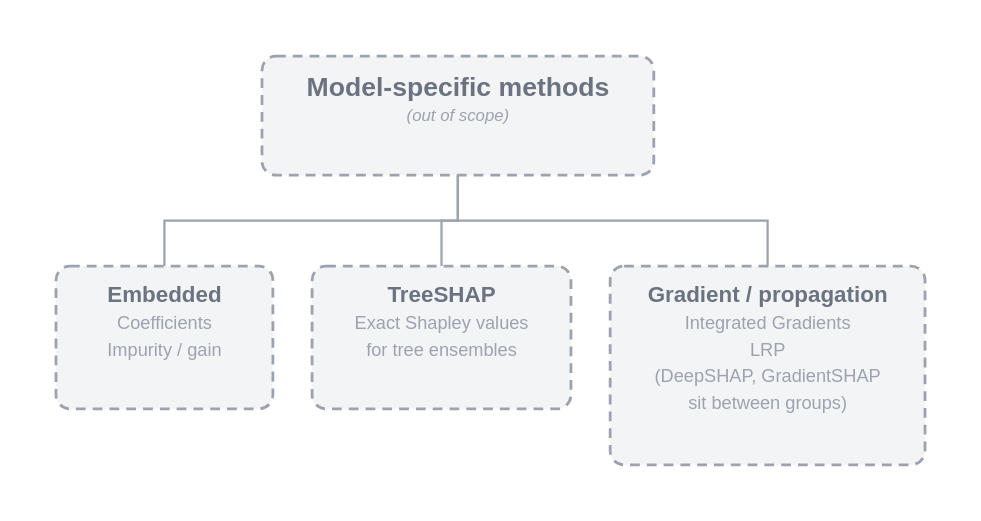
The draw.io diagram posts/explaining-black-box-predictions/diagrams/taxonomy_model_specific.drawio.svg in DMLF1/blog, before a commit. Source tidied: cells renumbered, new cells last; positions are measured from the earlier drawing's top-left corner, leaving out a move shared by most shapes. Its diagram source:
```xml
<mxGraphModel>
  <root>
    <mxCell id="0" />
    <mxCell id="1" parent="0" />
    <mxCell id="2" value="&lt;span style=&quot;font-size:19px;color:#6B7280;font-weight:bold;&quot;&gt;Model-specific methods&lt;/span&gt;&lt;br&gt;&lt;span style=&quot;font-size:12px;color:#9CA3AF;font-style:italic;&quot;&gt;(out of scope)&lt;/span&gt;" style="rounded=1;whiteSpace=wrap;html=1;fillColor=#F3F4F6;strokeColor=#9CA3AF;strokeWidth=2;dashed=1;dashPattern=7 5;" parent="1" vertex="1">
      <mxGeometry x="147" width="280" height="85" as="geometry" />
    </mxCell>
    <mxCell id="3" value="&lt;span style=&quot;font-size:16px;color:#6B7280;font-weight:bold;&quot;&gt;Embedded&lt;/span&gt;&lt;br&gt;&lt;span style=&quot;font-size:13px;color:#9CA3AF;&quot;&gt;Coefficients&lt;/span&gt;&lt;br&gt;&lt;span style=&quot;font-size:13px;color:#9CA3AF;&quot;&gt;Impurity / gain&lt;/span&gt;" style="rounded=1;whiteSpace=wrap;html=1;fillColor=#F3F4F6;strokeColor=#9CA3AF;strokeWidth=2;dashed=1;dashPattern=7 5;" parent="1" vertex="1">
      <mxGeometry y="150" width="155" height="102" as="geometry" />
    </mxCell>
    <mxCell id="4" value="&lt;span style=&quot;font-size:16px;color:#6B7280;font-weight:bold;&quot;&gt;TreeSHAP&lt;/span&gt;&lt;br&gt;&lt;span style=&quot;font-size:13px;color:#9CA3AF;&quot;&gt;Exact Shapley values&lt;/span&gt;&lt;br&gt;&lt;span style=&quot;font-size:13px;color:#9CA3AF;&quot;&gt;for tree ensembles&lt;/span&gt;" style="rounded=1;whiteSpace=wrap;html=1;fillColor=#F3F4F6;strokeColor=#9CA3AF;strokeWidth=2;dashed=1;dashPattern=7 5;" parent="1" vertex="1">
      <mxGeometry x="183" y="150" width="185" height="102" as="geometry" />
    </mxCell>
    <mxCell id="5" value="&lt;span style=&quot;font-size:16px;color:#6B7280;font-weight:bold;&quot;&gt;Gradient / propagation&lt;/span&gt;&lt;br&gt;&lt;span style=&quot;font-size:13px;color:#9CA3AF;&quot;&gt;Integrated Gradients&lt;/span&gt;&lt;br&gt;&lt;span style=&quot;font-size:13px;color:#9CA3AF;&quot;&gt;LRP&lt;/span&gt;&lt;br&gt;&lt;span style=&quot;font-size:13px;color:#9CA3AF;&quot;&gt;(DeepSHAP, GradientSHAP&lt;/span&gt;&lt;br&gt;&lt;span style=&quot;font-size:13px;color:#9CA3AF;&quot;&gt;sit between groups)&lt;/span&gt;" style="rounded=1;whiteSpace=wrap;html=1;fillColor=#F3F4F6;strokeColor=#9CA3AF;strokeWidth=2;dashed=1;dashPattern=7 5;" parent="1" vertex="1">
      <mxGeometry x="396" y="150" width="225" height="142" as="geometry" />
    </mxCell>
    <mxCell id="6" style="edgeStyle=orthogonalEdgeStyle;rounded=0;html=1;strokeColor=#9CA3AF;" parent="1" edge="1" source="2" target="3">
      <mxGeometry relative="1" as="geometry" />
    </mxCell>
    <mxCell id="7" style="edgeStyle=orthogonalEdgeStyle;rounded=0;html=1;strokeColor=#9CA3AF;" parent="1" edge="1" source="2" target="4">
      <mxGeometry relative="1" as="geometry" />
    </mxCell>
    <mxCell id="8" style="edgeStyle=orthogonalEdgeStyle;rounded=0;html=1;strokeColor=#9CA3AF;" parent="1" edge="1" source="2" target="5">
      <mxGeometry relative="1" as="geometry" />
    </mxCell>
  </root>
</mxGraphModel>
```
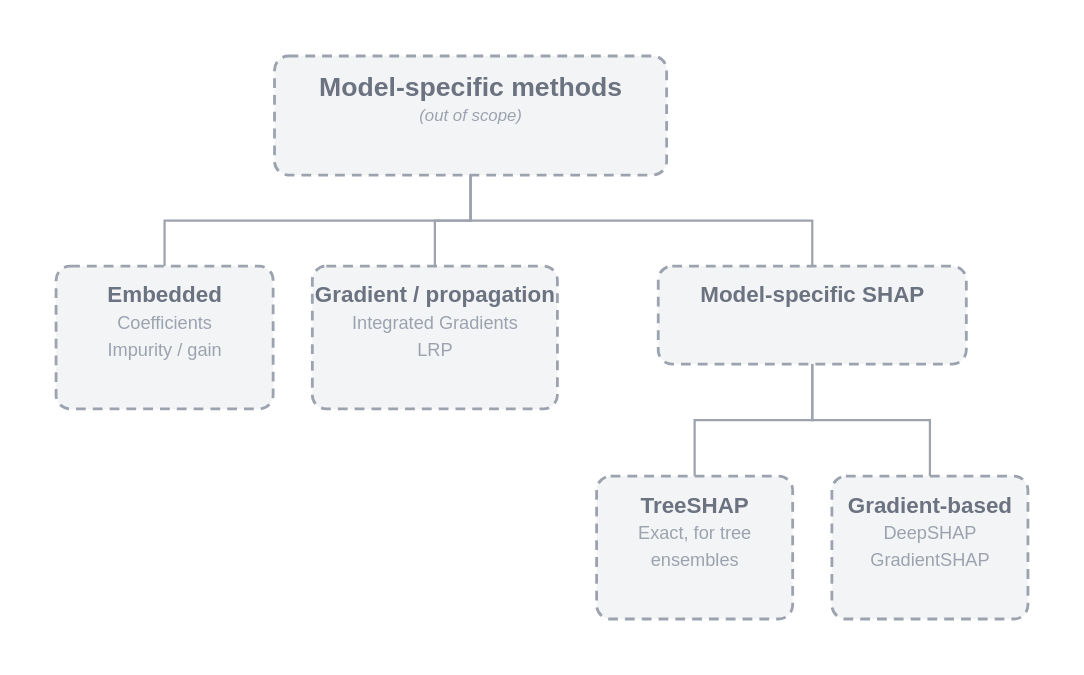
Later version of the same file.

Commit message:
Split LIME/Anchors and TreeSHAP/gradient-SHAP into their own boxes; explain every method's mechanism and point of difference

Diff of the diagram source:
```diff
@@ -3,25 +3,37 @@
     <mxCell id="0" />
     <mxCell id="1" parent="0" />
     <mxCell id="2" value="&lt;span style=&quot;font-size:19px;color:#6B7280;font-weight:bold;&quot;&gt;Model-specific methods&lt;/span&gt;&lt;br&gt;&lt;span style=&quot;font-size:12px;color:#9CA3AF;font-style:italic;&quot;&gt;(out of scope)&lt;/span&gt;" style="rounded=1;whiteSpace=wrap;html=1;fillColor=#F3F4F6;strokeColor=#9CA3AF;strokeWidth=2;dashed=1;dashPattern=7 5;" parent="1" vertex="1">
-      <mxGeometry x="147" width="280" height="85" as="geometry" />
+      <mxGeometry x="156" width="280" height="85" as="geometry" />
     </mxCell>
     <mxCell id="3" value="&lt;span style=&quot;font-size:16px;color:#6B7280;font-weight:bold;&quot;&gt;Embedded&lt;/span&gt;&lt;br&gt;&lt;span style=&quot;font-size:13px;color:#9CA3AF;&quot;&gt;Coefficients&lt;/span&gt;&lt;br&gt;&lt;span style=&quot;font-size:13px;color:#9CA3AF;&quot;&gt;Impurity / gain&lt;/span&gt;" style="rounded=1;whiteSpace=wrap;html=1;fillColor=#F3F4F6;strokeColor=#9CA3AF;strokeWidth=2;dashed=1;dashPattern=7 5;" parent="1" vertex="1">
       <mxGeometry y="150" width="155" height="102" as="geometry" />
     </mxCell>
+    <mxCell id="5" value="&lt;span style=&quot;font-size:16px;color:#6B7280;font-weight:bold;&quot;&gt;Gradient / propagation&lt;/span&gt;&lt;br&gt;&lt;span style=&quot;font-size:13px;color:#9CA3AF;&quot;&gt;Integrated Gradients&lt;/span&gt;&lt;br&gt;&lt;span style=&quot;font-size:13px;color:#9CA3AF;&quot;&gt;LRP&lt;/span&gt;" style="rounded=1;whiteSpace=wrap;html=1;fillColor=#F3F4F6;strokeColor=#9CA3AF;strokeWidth=2;dashed=1;dashPattern=7 5;" parent="1" vertex="1">
+      <mxGeometry x="183" y="150" width="175" height="102" as="geometry" />
+    </mxCell>
+    <mxCell id="9" value="&lt;span style=&quot;font-size:16px;color:#6B7280;font-weight:bold;&quot;&gt;Model-specific SHAP&lt;/span&gt;" style="rounded=1;whiteSpace=wrap;html=1;fillColor=#F3F4F6;strokeColor=#9CA3AF;strokeWidth=2;dashed=1;dashPattern=7 5;" parent="1" vertex="1">
+      <mxGeometry x="430" y="150" width="220" height="70" as="geometry" />
+    </mxCell>
-    <mxCell id="4" value="&lt;span style=&quot;font-size:16px;color:#6B7280;font-weight:bold;&quot;&gt;TreeSHAP&lt;/span&gt;&lt;br&gt;&lt;span style=&quot;font-size:13px;color:#9CA3AF;&quot;&gt;Exact Shapley values&lt;/span&gt;&lt;br&gt;&lt;span style=&quot;font-size:13px;color:#9CA3AF;&quot;&gt;for tree ensembles&lt;/span&gt;" style="rounded=1;whiteSpace=wrap;html=1;fillColor=#F3F4F6;strokeColor=#9CA3AF;strokeWidth=2;dashed=1;dashPattern=7 5;" parent="1" vertex="1">
-      <mxGeometry x="183" y="150" width="185" height="102" as="geometry" />
+    <mxCell id="4" value="&lt;span style=&quot;font-size:16px;color:#6B7280;font-weight:bold;&quot;&gt;TreeSHAP&lt;/span&gt;&lt;br&gt;&lt;span style=&quot;font-size:13px;color:#9CA3AF;&quot;&gt;Exact, for tree&lt;/span&gt;&lt;br&gt;&lt;span style=&quot;font-size:13px;color:#9CA3AF;&quot;&gt;ensembles&lt;/span&gt;" style="rounded=1;whiteSpace=wrap;html=1;fillColor=#F3F4F6;strokeColor=#9CA3AF;strokeWidth=2;dashed=1;dashPattern=7 5;" parent="1" vertex="1">
+      <mxGeometry x="386" y="300" width="140" height="102" as="geometry" />
     </mxCell>
-    <mxCell id="5" value="&lt;span style=&quot;font-size:16px;color:#6B7280;font-weight:bold;&quot;&gt;Gradient / propagation&lt;/span&gt;&lt;br&gt;&lt;span style=&quot;font-size:13px;color:#9CA3AF;&quot;&gt;Integrated Gradients&lt;/span&gt;&lt;br&gt;&lt;span style=&quot;font-size:13px;color:#9CA3AF;&quot;&gt;LRP&lt;/span&gt;&lt;br&gt;&lt;span style=&quot;font-size:13px;color:#9CA3AF;&quot;&gt;(DeepSHAP, GradientSHAP&lt;/span&gt;&lt;br&gt;&lt;span style=&quot;font-size:13px;color:#9CA3AF;&quot;&gt;sit between groups)&lt;/span&gt;" style="rounded=1;whiteSpace=wrap;html=1;fillColor=#F3F4F6;strokeColor=#9CA3AF;strokeWidth=2;dashed=1;dashPattern=7 5;" parent="1" vertex="1">
-      <mxGeometry x="396" y="150" width="225" height="142" as="geometry" />
-    </mxCell>
+    <mxCell id="10" value="&lt;span style=&quot;font-size:16px;color:#6B7280;font-weight:bold;&quot;&gt;Gradient-based&lt;/span&gt;&lt;br&gt;&lt;span style=&quot;font-size:13px;color:#9CA3AF;&quot;&gt;DeepSHAP&lt;/span&gt;&lt;br&gt;&lt;span style=&quot;font-size:13px;color:#9CA3AF;&quot;&gt;GradientSHAP&lt;/span&gt;" style="rounded=1;whiteSpace=wrap;html=1;fillColor=#F3F4F6;strokeColor=#9CA3AF;strokeWidth=2;dashed=1;dashPattern=7 5;" parent="1" vertex="1">
+      <mxGeometry x="554" y="300" width="140" height="102" as="geometry" />
+    </mxCell>
     <mxCell id="6" style="edgeStyle=orthogonalEdgeStyle;rounded=0;html=1;strokeColor=#9CA3AF;" parent="1" edge="1" source="2" target="3">
       <mxGeometry relative="1" as="geometry" />
     </mxCell>
-    <mxCell id="7" style="edgeStyle=orthogonalEdgeStyle;rounded=0;html=1;strokeColor=#9CA3AF;" parent="1" edge="1" source="2" target="4">
+    <mxCell id="7" style="edgeStyle=orthogonalEdgeStyle;rounded=0;html=1;strokeColor=#9CA3AF;" parent="1" edge="1" source="2" target="5">
       <mxGeometry relative="1" as="geometry" />
     </mxCell>
-    <mxCell id="8" style="edgeStyle=orthogonalEdgeStyle;rounded=0;html=1;strokeColor=#9CA3AF;" parent="1" edge="1" source="2" target="5">
+    <mxCell id="8" style="edgeStyle=orthogonalEdgeStyle;rounded=0;html=1;strokeColor=#9CA3AF;" parent="1" edge="1" source="2" target="9">
       <mxGeometry relative="1" as="geometry" />
     </mxCell>
+    <mxCell id="11" style="edgeStyle=orthogonalEdgeStyle;rounded=0;html=1;strokeColor=#9CA3AF;" parent="1" edge="1" source="9" target="4">
+      <mxGeometry relative="1" as="geometry" />
+    </mxCell>
+    <mxCell id="12" style="edgeStyle=orthogonalEdgeStyle;rounded=0;html=1;strokeColor=#9CA3AF;" parent="1" edge="1" source="9" target="10">
+      <mxGeometry relative="1" as="geometry" />
+    </mxCell>
   </root>
 </mxGraphModel>
```
